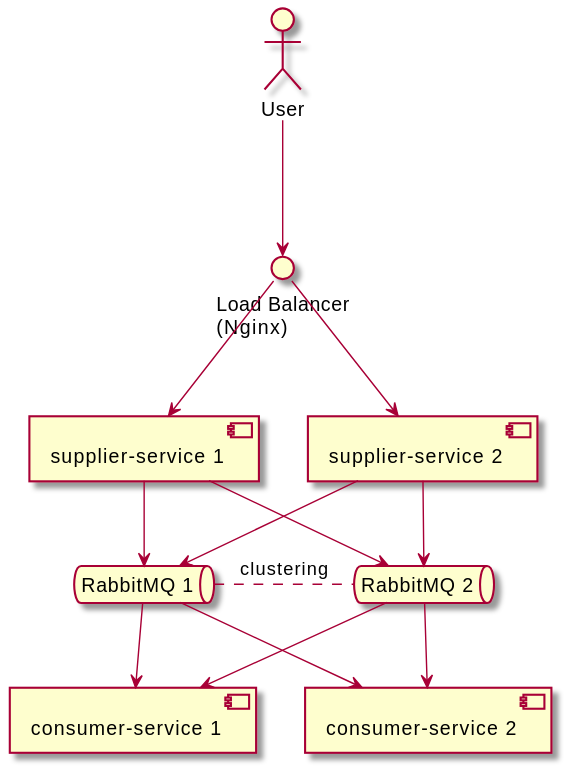
This is assets/plantuml/diagram2.svg from backpaper0/spring-cloud-stream-example, a PlantUML export, as it was before one commit.
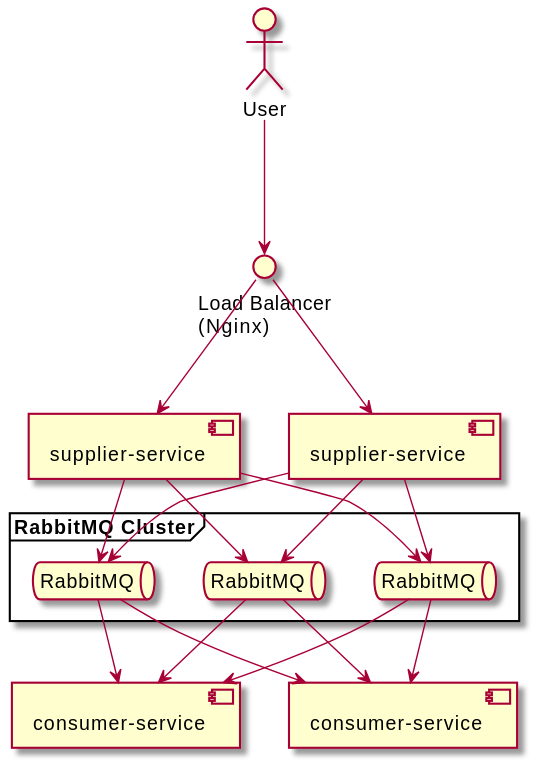
After the change.

Commit message:
図を修正(余計にわかりにくくなっている気がしないでもない、、、)

Diff of the diagram source:
```diff
@@ -2,12 +2,15 @@
 
 actor User as user
 circle "Load Balancer\n(Nginx)" as lb
-component "supplier-service 1" as ss1
-component "supplier-service 2" as ss2
-queue "RabbitMQ 1" as mq1
-queue "RabbitMQ 2" as mq2
-component "consumer-service 1" as cs1
-component "consumer-service 2" as cs2
+component "supplier-service" as ss1
+component "supplier-service" as ss2
+frame "RabbitMQ Cluster" {
+    queue "RabbitMQ" as mq1
+    queue "RabbitMQ" as mq2
+    queue "RabbitMQ" as mq3
+}
+component "consumer-service" as cs1
+component "consumer-service" as cs2
 
 user --> lb
 
@@ -16,14 +19,16 @@
 
 ss1 --> mq1
 ss1 --> mq2
+ss1 --> mq3
 ss2 --> mq1
 ss2 --> mq2
-
-mq1 . mq2 : clustering
+ss2 --> mq3
 
 mq1 --> cs1
 mq1 --> cs2
 mq2 --> cs1
 mq2 --> cs2
+mq3 --> cs1
+mq3 --> cs2
 
 @enduml
```
